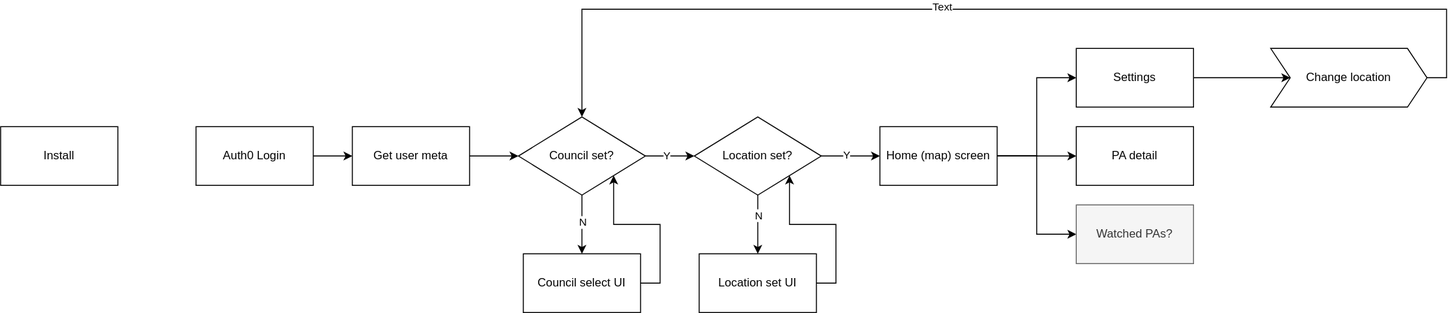
Earlier version of the draw.io export doc/app-user-journey.svg (vonkanehoffen/planning-alerts). Source tidied: cells renumbered, new cells last; positions are measured from the earlier drawing's top-left corner, leaving out a move shared by most shapes. The source it was exported from:
```xml
<mxGraphModel>
  <root>
    <mxCell id="0" />
    <mxCell id="1" parent="0" />
    <mxCell id="2" value="Install" style="rounded=0;whiteSpace=wrap;html=1;" parent="1" vertex="1">
      <mxGeometry y="120" width="120" height="60" as="geometry" />
    </mxCell>
    <mxCell id="3" style="edgeStyle=orthogonalEdgeStyle;rounded=0;jettySize=auto;html=1;" parent="1" edge="1" source="4" target="6">
      <mxGeometry relative="1" as="geometry" />
    </mxCell>
    <mxCell id="4" value="Auth0 Login" style="rounded=0;whiteSpace=wrap;html=1;" parent="1" vertex="1">
      <mxGeometry x="200" y="120" width="120" height="60" as="geometry" />
    </mxCell>
    <mxCell id="5" style="edgeStyle=orthogonalEdgeStyle;rounded=0;jettySize=auto;html=1;" parent="1" edge="1" source="6" target="11">
      <mxGeometry relative="1" as="geometry" />
    </mxCell>
    <mxCell id="6" value="Get user meta" style="rounded=0;whiteSpace=wrap;html=1;" parent="1" vertex="1">
      <mxGeometry x="360" y="120" width="120" height="60" as="geometry" />
    </mxCell>
    <mxCell id="7" style="edgeStyle=orthogonalEdgeStyle;rounded=0;jettySize=auto;html=1;" parent="1" edge="1" source="11" target="16">
      <mxGeometry relative="1" as="geometry" />
    </mxCell>
    <mxCell id="8" value="Y" style="edgeLabel;html=1;align=center;verticalAlign=middle;" parent="7" vertex="1">
      <mxGeometry x="-0.16" y="1" relative="1" as="geometry" />
    </mxCell>
    <mxCell id="9" style="edgeStyle=orthogonalEdgeStyle;rounded=0;jettySize=auto;html=1;" parent="1" edge="1" source="11" target="18">
      <mxGeometry relative="1" as="geometry" />
    </mxCell>
    <mxCell id="10" value="N" style="edgeLabel;html=1;align=center;verticalAlign=middle;" parent="9" vertex="1">
      <mxGeometry x="-0.1" relative="1" as="geometry" />
    </mxCell>
    <mxCell id="11" value="Council set?" style="rhombus;whiteSpace=wrap;html=1;" parent="1" vertex="1">
      <mxGeometry x="530" y="110" width="130" height="80" as="geometry" />
    </mxCell>
    <mxCell id="12" style="edgeStyle=orthogonalEdgeStyle;rounded=0;jettySize=auto;html=1;exitX=0.5;exitY=1;exitDx=0;exitDy=0;entryX=0.5;entryY=0;entryDx=0;entryDy=0;" parent="1" edge="1" source="16" target="20">
      <mxGeometry relative="1" as="geometry" />
    </mxCell>
    <mxCell id="13" value="N" style="edgeLabel;html=1;align=center;verticalAlign=middle;" parent="12" vertex="1">
      <mxGeometry x="-0.33" relative="1" as="geometry" />
    </mxCell>
    <mxCell id="14" style="edgeStyle=orthogonalEdgeStyle;rounded=0;jettySize=auto;html=1;exitX=1;exitY=0.5;exitDx=0;exitDy=0;entryX=0;entryY=0.5;entryDx=0;entryDy=0;" parent="1" edge="1" source="16" target="24">
      <mxGeometry relative="1" as="geometry" />
    </mxCell>
    <mxCell id="15" value="Y" style="edgeLabel;html=1;align=center;verticalAlign=middle;" parent="14" vertex="1">
      <mxGeometry x="-0.17" y="2" relative="1" as="geometry" />
    </mxCell>
    <mxCell id="16" value="Location set?" style="rhombus;whiteSpace=wrap;html=1;" parent="1" vertex="1">
      <mxGeometry x="710" y="110" width="130" height="80" as="geometry" />
    </mxCell>
    <mxCell id="17" style="edgeStyle=orthogonalEdgeStyle;rounded=0;jettySize=auto;html=1;exitX=1;exitY=0.5;exitDx=0;exitDy=0;entryX=1;entryY=1;entryDx=0;entryDy=0;" parent="1" edge="1" source="18" target="11">
      <mxGeometry relative="1" as="geometry" />
    </mxCell>
    <mxCell id="18" value="Council select UI" style="rounded=0;whiteSpace=wrap;html=1;" parent="1" vertex="1">
      <mxGeometry x="535" y="250" width="120" height="60" as="geometry" />
    </mxCell>
    <mxCell id="19" style="edgeStyle=orthogonalEdgeStyle;rounded=0;jettySize=auto;html=1;exitX=1;exitY=0.5;exitDx=0;exitDy=0;entryX=1;entryY=1;entryDx=0;entryDy=0;" parent="1" edge="1" source="20" target="16">
      <mxGeometry relative="1" as="geometry" />
    </mxCell>
    <mxCell id="20" value="Location set UI" style="rounded=0;whiteSpace=wrap;html=1;" parent="1" vertex="1">
      <mxGeometry x="715" y="250" width="120" height="60" as="geometry" />
    </mxCell>
    <mxCell id="21" style="edgeStyle=orthogonalEdgeStyle;rounded=0;jettySize=auto;html=1;exitX=1;exitY=0.5;exitDx=0;exitDy=0;entryX=0;entryY=0.5;entryDx=0;entryDy=0;" parent="1" edge="1" source="24" target="26">
      <mxGeometry relative="1" as="geometry" />
    </mxCell>
    <mxCell id="22" style="edgeStyle=orthogonalEdgeStyle;rounded=0;jettySize=auto;html=1;exitX=1;exitY=0.5;exitDx=0;exitDy=0;" parent="1" edge="1" source="24" target="27">
      <mxGeometry relative="1" as="geometry" />
    </mxCell>
    <mxCell id="23" style="edgeStyle=orthogonalEdgeStyle;rounded=0;jettySize=auto;html=1;exitX=1;exitY=0.5;exitDx=0;exitDy=0;entryX=0;entryY=0.5;entryDx=0;entryDy=0;" parent="1" edge="1" source="24" target="28">
      <mxGeometry relative="1" as="geometry" />
    </mxCell>
    <mxCell id="24" value="Home (map) screen" style="rounded=0;whiteSpace=wrap;html=1;" parent="1" vertex="1">
      <mxGeometry x="900" y="120" width="120" height="60" as="geometry" />
    </mxCell>
    <mxCell id="25" style="edgeStyle=orthogonalEdgeStyle;rounded=0;jettySize=auto;html=1;exitX=1;exitY=0.5;exitDx=0;exitDy=0;entryX=0;entryY=0.5;entryDx=0;entryDy=0;" parent="1" edge="1" source="26" target="31">
      <mxGeometry relative="1" as="geometry" />
    </mxCell>
    <mxCell id="26" value="Settings" style="rounded=0;whiteSpace=wrap;html=1;" parent="1" vertex="1">
      <mxGeometry x="1101" y="40" width="120" height="60" as="geometry" />
    </mxCell>
    <mxCell id="27" value="PA detail" style="rounded=0;whiteSpace=wrap;html=1;" parent="1" vertex="1">
      <mxGeometry x="1101" y="120" width="120" height="60" as="geometry" />
    </mxCell>
    <mxCell id="28" value="Watched PAs?" style="rounded=0;whiteSpace=wrap;html=1;fillColor=#f5f5f5;strokeColor=#666666;fontColor=#333333;" parent="1" vertex="1">
      <mxGeometry x="1101" y="200" width="120" height="60" as="geometry" />
    </mxCell>
    <mxCell id="29" style="edgeStyle=orthogonalEdgeStyle;rounded=0;jettySize=auto;html=1;exitX=1;exitY=0.5;exitDx=0;exitDy=0;entryX=0.5;entryY=0;entryDx=0;entryDy=0;" parent="1" edge="1" source="31" target="11">
      <mxGeometry relative="1" as="geometry">
        <Array as="points">
          <mxPoint x="1480" y="70" />
          <mxPoint x="1480" />
          <mxPoint x="595" />
        </Array>
      </mxGeometry>
    </mxCell>
    <mxCell id="30" value="Text" style="edgeLabel;html=1;align=center;verticalAlign=middle;" parent="29" vertex="1">
      <mxGeometry x="0.12" y="-3" relative="1" as="geometry" />
    </mxCell>
    <mxCell id="31" value="Change location" style="shape=step;perimeter=stepPerimeter;whiteSpace=wrap;html=1;fixedSize=1;fontFamily=Helvetica;fontSize=12;fontColor=#000000;align=center;strokeColor=#000000;fillColor=#ffffff;" parent="1" vertex="1">
      <mxGeometry x="1300" y="40" width="160" height="60" as="geometry" />
    </mxCell>
  </root>
</mxGraphModel>
```
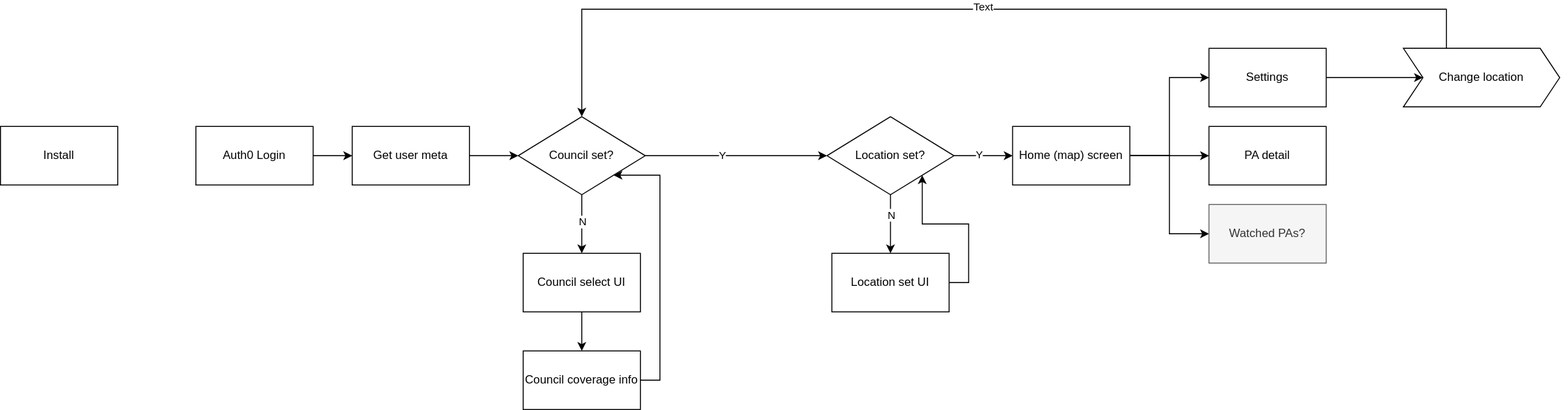
The same file after the commit.

Commit message:
Rename "set council" to "council" screen

What changed in the source:
```diff
@@ -3,19 +3,19 @@
     <mxCell id="0" />
     <mxCell id="1" parent="0" />
     <mxCell id="2" value="Install" style="rounded=0;whiteSpace=wrap;html=1;" parent="1" vertex="1">
-      <mxGeometry y="120" width="120" height="60" as="geometry" />
+      <mxGeometry x="-136" y="120" width="120" height="60" as="geometry" />
     </mxCell>
     <mxCell id="3" style="edgeStyle=orthogonalEdgeStyle;rounded=0;jettySize=auto;html=1;" parent="1" edge="1" source="4" target="6">
       <mxGeometry relative="1" as="geometry" />
     </mxCell>
     <mxCell id="4" value="Auth0 Login" style="rounded=0;whiteSpace=wrap;html=1;" parent="1" vertex="1">
-      <mxGeometry x="200" y="120" width="120" height="60" as="geometry" />
+      <mxGeometry x="64" y="120" width="120" height="60" as="geometry" />
     </mxCell>
     <mxCell id="5" style="edgeStyle=orthogonalEdgeStyle;rounded=0;jettySize=auto;html=1;" parent="1" edge="1" source="6" target="11">
       <mxGeometry relative="1" as="geometry" />
     </mxCell>
     <mxCell id="6" value="Get user meta" style="rounded=0;whiteSpace=wrap;html=1;" parent="1" vertex="1">
-      <mxGeometry x="360" y="120" width="120" height="60" as="geometry" />
+      <mxGeometry x="224" y="120" width="120" height="60" as="geometry" />
     </mxCell>
     <mxCell id="7" style="edgeStyle=orthogonalEdgeStyle;rounded=0;jettySize=auto;html=1;" parent="1" edge="1" source="11" target="16">
       <mxGeometry relative="1" as="geometry" />
@@ -30,7 +30,7 @@
       <mxGeometry x="-0.1" relative="1" as="geometry" />
     </mxCell>
     <mxCell id="11" value="Council set?" style="rhombus;whiteSpace=wrap;html=1;" parent="1" vertex="1">
-      <mxGeometry x="530" y="110" width="130" height="80" as="geometry" />
+      <mxGeometry x="394" y="110" width="130" height="80" as="geometry" />
     </mxCell>
     <mxCell id="12" style="edgeStyle=orthogonalEdgeStyle;rounded=0;jettySize=auto;html=1;exitX=0.5;exitY=1;exitDx=0;exitDy=0;entryX=0.5;entryY=0;entryDx=0;entryDy=0;" parent="1" edge="1" source="16" target="20">
       <mxGeometry relative="1" as="geometry" />
@@ -47,11 +47,11 @@
     <mxCell id="16" value="Location set?" style="rhombus;whiteSpace=wrap;html=1;" parent="1" vertex="1">
       <mxGeometry x="710" y="110" width="130" height="80" as="geometry" />
     </mxCell>
-    <mxCell id="17" style="edgeStyle=orthogonalEdgeStyle;rounded=0;jettySize=auto;html=1;exitX=1;exitY=0.5;exitDx=0;exitDy=0;entryX=1;entryY=1;entryDx=0;entryDy=0;" parent="1" edge="1" source="18" target="11">
-      <mxGeometry relative="1" as="geometry" />
-    </mxCell>
+    <mxCell id="32" style="edgeStyle=orthogonalEdgeStyle;rounded=0;jettySize=auto;html=1;exitX=0.5;exitY=1;exitDx=0;exitDy=0;entryX=0.5;entryY=0;entryDx=0;entryDy=0;" parent="1" edge="1" source="18" target="34">
+      <mxGeometry relative="1" as="geometry" />
+    </mxCell>
     <mxCell id="18" value="Council select UI" style="rounded=0;whiteSpace=wrap;html=1;" parent="1" vertex="1">
-      <mxGeometry x="535" y="250" width="120" height="60" as="geometry" />
+      <mxGeometry x="399" y="250" width="120" height="60" as="geometry" />
     </mxCell>
     <mxCell id="19" style="edgeStyle=orthogonalEdgeStyle;rounded=0;jettySize=auto;html=1;exitX=1;exitY=0.5;exitDx=0;exitDy=0;entryX=1;entryY=1;entryDx=0;entryDy=0;" parent="1" edge="1" source="20" target="16">
       <mxGeometry relative="1" as="geometry" />
@@ -86,9 +86,9 @@
     <mxCell id="29" style="edgeStyle=orthogonalEdgeStyle;rounded=0;jettySize=auto;html=1;exitX=1;exitY=0.5;exitDx=0;exitDy=0;entryX=0.5;entryY=0;entryDx=0;entryDy=0;" parent="1" edge="1" source="31" target="11">
       <mxGeometry relative="1" as="geometry">
         <Array as="points">
-          <mxPoint x="1480" y="70" />
-          <mxPoint x="1480" />
-          <mxPoint x="595" />
+          <mxPoint x="1344" y="70" />
+          <mxPoint x="1344" />
+          <mxPoint x="459" />
         </Array>
       </mxGeometry>
     </mxCell>
@@ -98,5 +98,16 @@
     <mxCell id="31" value="Change location" style="shape=step;perimeter=stepPerimeter;whiteSpace=wrap;html=1;fixedSize=1;fontFamily=Helvetica;fontSize=12;fontColor=#000000;align=center;strokeColor=#000000;fillColor=#ffffff;" parent="1" vertex="1">
       <mxGeometry x="1300" y="40" width="160" height="60" as="geometry" />
     </mxCell>
+    <mxCell id="33" style="edgeStyle=orthogonalEdgeStyle;rounded=0;jettySize=auto;html=1;exitX=1;exitY=0.5;exitDx=0;exitDy=0;entryX=1;entryY=1;entryDx=0;entryDy=0;" parent="1" edge="1" source="34" target="11">
+      <mxGeometry relative="1" as="geometry">
+        <Array as="points">
+          <mxPoint x="539" y="380" />
+          <mxPoint x="539" y="170" />
+        </Array>
+      </mxGeometry>
+    </mxCell>
+    <mxCell id="34" value="Council coverage info" style="rounded=0;whiteSpace=wrap;html=1;" parent="1" vertex="1">
+      <mxGeometry x="399" y="350" width="120" height="60" as="geometry" />
+    </mxCell>
   </root>
 </mxGraphModel>
```
